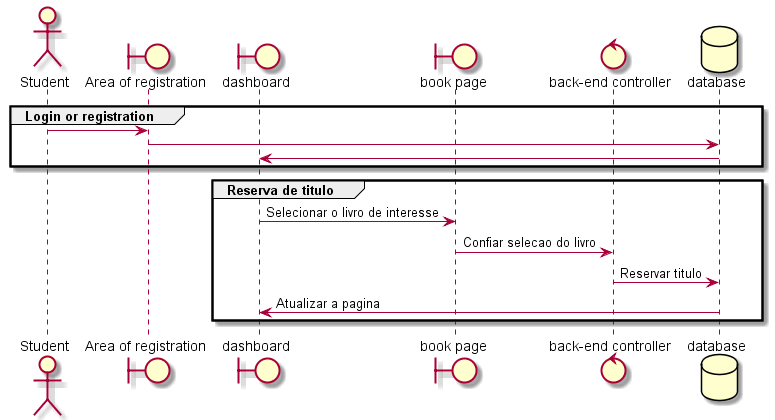
rickymal/bug-free-invention keeps this PlantUML diagram as uml/sequence.png. Above is the earlier version.
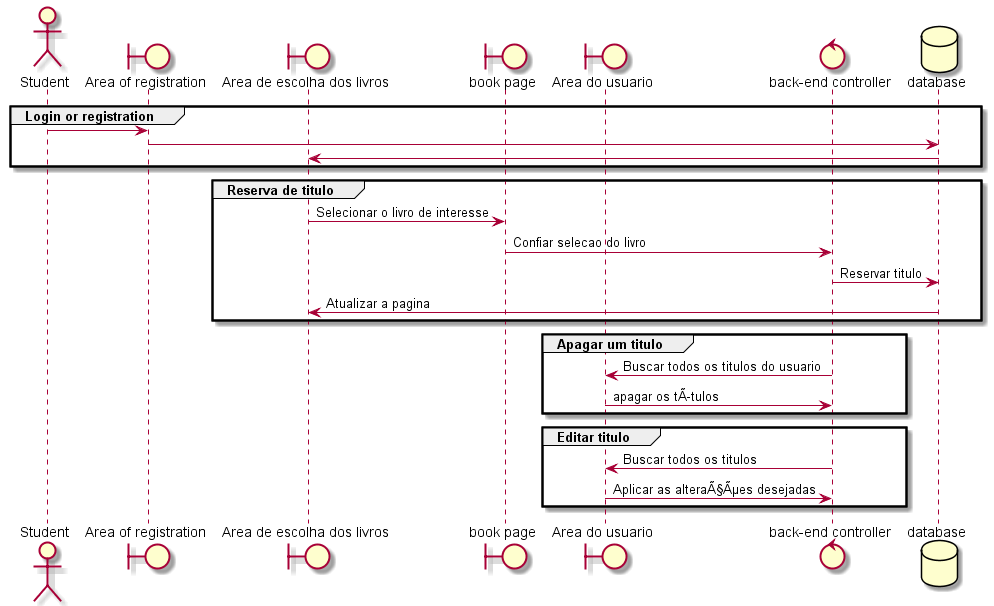
Later version of the same file.

What changed in the source:
```diff
@@ -5,10 +5,10 @@
 
 
 boundary "Area of registration" as register
-boundary dashboard as dashboard
+boundary "Area de escolha dos livros" as dashboard
 
 boundary "book page" as book
-
+boundary "Area do usuario" as dash
 
 control "back-end controller" as controller
 
@@ -31,6 +31,18 @@
 database -> dashboard : Atualizar a pagina
 end
 
+group Apagar um titulo
+controller -> dash : Buscar todos os titulos do usuario
+dash -> controller : apagar os tÃ­tulos
+end
+
+group Editar titulo
+controller -> dash : Buscar todos os titulos
+dash -> controller : Aplicar as alteraÃ§Ãµes desejadas
+end
+
+
+
 
 
 
```
